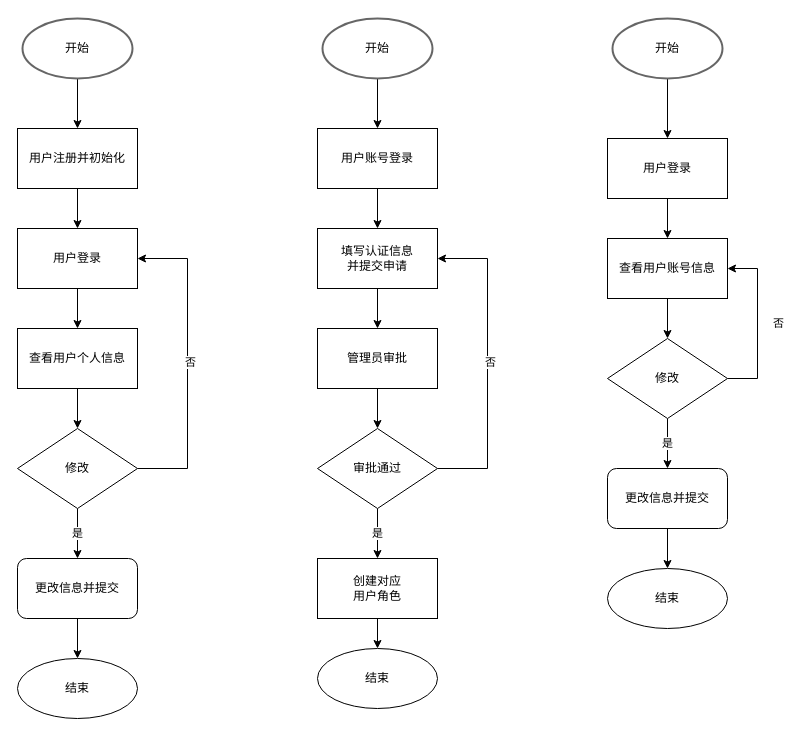
Above: user_manager_fc.drawio in JohnnyLin12/GJR_BBS (draw.io), before the change. Source tidied: cells renumbered, new cells numbered last; positions are measured from the earlier drawing's top-left corner, leaving out a move shared by most shapes. Both pictures are drawn from the tidied source at 100%, with x=0, y=0 at pixel (17, 18).
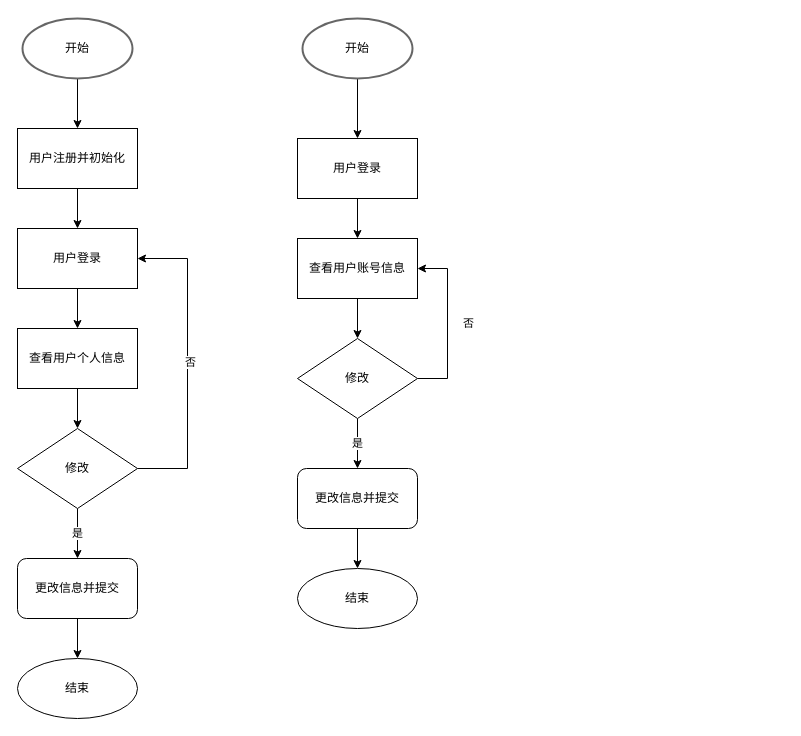
After the change.

The edit, as a diff of the source:
```diff
@@
-    <mxCell id="2" style="edgeStyle=orthogonalEdgeStyle;rounded=0;jettySize=auto;html=1;" parent="1" edge="1" source="3" target="5">
-      <mxGeometry relative="1" as="geometry" />
-    </mxCell>
-    <mxCell id="3" value="用户账号登录" style="whiteSpace=wrap;html=1;rounded=0;glass=0;strokeWidth=1;shadow=0;" parent="1" vertex="1">
-      <mxGeometry x="300" y="110" width="120" height="60" as="geometry" />
-    </mxCell>
-    <mxCell id="4" style="edgeStyle=orthogonalEdgeStyle;rounded=0;jettySize=auto;html=1;" parent="1" edge="1" source="5" target="7">
-      <mxGeometry relative="1" as="geometry" />
-    </mxCell>
-    <mxCell id="5" value="填写认证信息&lt;br&gt;并提交申请" style="whiteSpace=wrap;html=1;rounded=0;glass=0;strokeWidth=1;shadow=0;" parent="1" vertex="1">
-      <mxGeometry x="300" y="210" width="120" height="60" as="geometry" />
-    </mxCell>
-    <mxCell id="6" style="edgeStyle=orthogonalEdgeStyle;rounded=0;jettySize=auto;html=1;" parent="1" edge="1" source="7" target="11">
-      <mxGeometry relative="1" as="geometry" />
-    </mxCell>
-    <mxCell id="7" value="管理员审批" style="whiteSpace=wrap;html=1;rounded=0;glass=0;strokeWidth=1;shadow=0;" parent="1" vertex="1">
-      <mxGeometry x="300" y="310" width="120" height="60" as="geometry" />
-    </mxCell>
-    <mxCell id="8" value="是" style="edgeStyle=orthogonalEdgeStyle;rounded=0;jettySize=auto;html=1;" parent="1" edge="1" source="11" target="13">
-      <mxGeometry relative="1" as="geometry" />
-    </mxCell>
-    <mxCell id="9" style="edgeStyle=orthogonalEdgeStyle;rounded=0;jettySize=auto;html=1;entryX=1;entryY=0.5;entryDx=0;entryDy=0;" parent="1" edge="1" source="11" target="5">
-      <mxGeometry relative="1" as="geometry">
-        <Array as="points">
-          <mxPoint x="470" y="450" />
-          <mxPoint x="470" y="240" />
-        </Array>
-      </mxGeometry>
-    </mxCell>
-    <mxCell id="10" value="否" style="edgeLabel;html=1;align=center;verticalAlign=middle;" parent="9" vertex="1">
-      <mxGeometry x="0.01" y="-2" relative="1" as="geometry" />
-    </mxCell>
-    <mxCell id="11" value="审批通过" style="rhombus;whiteSpace=wrap;html=1;rounded=0;glass=0;strokeWidth=1;shadow=0;" parent="1" vertex="1">
-      <mxGeometry x="300" y="410" width="120" height="80" as="geometry" />
-    </mxCell>
-    <mxCell id="12" style="edgeStyle=orthogonalEdgeStyle;rounded=0;jettySize=auto;html=1;" parent="1" edge="1" source="13" target="14">
-      <mxGeometry relative="1" as="geometry" />
-    </mxCell>
-    <mxCell id="13" value="创建对应&lt;br&gt;用户角色" style="whiteSpace=wrap;html=1;rounded=0;glass=0;strokeWidth=1;shadow=0;" parent="1" vertex="1">
-      <mxGeometry x="300" y="540" width="120" height="60" as="geometry" />
-    </mxCell>
-    <mxCell id="14" value="结束" style="ellipse;whiteSpace=wrap;html=1;rounded=1;glass=0;strokeWidth=1;shadow=0;" parent="1" vertex="1">
-      <mxGeometry x="300" y="630" width="120" height="60" as="geometry" />
-    </mxCell>
@@
-    <mxCell id="28" style="edgeStyle=orthogonalEdgeStyle;rounded=0;jettySize=auto;html=1;" parent="1" edge="1" source="29" target="3">
-      <mxGeometry relative="1" as="geometry" />
-    </mxCell>
-    <mxCell id="29" value="开始" style="strokeWidth=2;html=1;shape=mxgraph.flowchart.start_1;whiteSpace=wrap;strokeColor=#666666;" parent="1" vertex="1">
-      <mxGeometry x="305" width="110" height="60" as="geometry" />
-    </mxCell>
@@
     <mxCell id="33" value="用户登录" style="whiteSpace=wrap;html=1;rounded=0;glass=0;strokeWidth=1;shadow=0;" parent="1" vertex="1">
-      <mxGeometry x="590" y="120" width="120" height="60" as="geometry" />
+      <mxGeometry x="280" y="120" width="120" height="60" as="geometry" />
     </mxCell>
@@
     <mxCell id="35" value="查看用户账号信息" style="whiteSpace=wrap;html=1;rounded=0;glass=0;strokeWidth=1;shadow=0;" parent="1" vertex="1">
-      <mxGeometry x="590" y="220" width="120" height="60" as="geometry" />
+      <mxGeometry x="280" y="220" width="120" height="60" as="geometry" />
     </mxCell>
@@
     <mxCell id="37" style="edgeStyle=orthogonalEdgeStyle;rounded=0;jettySize=auto;html=1;entryX=1;entryY=0.5;entryDx=0;entryDy=0;" parent="1" edge="1" source="39" target="35">
       <mxGeometry relative="1" as="geometry">
         <Array as="points">
-          <mxPoint x="740" y="360" />
-          <mxPoint x="740" y="250" />
+          <mxPoint x="430" y="360" />
+          <mxPoint x="430" y="250" />
         </Array>
       </mxGeometry>
     </mxCell>
@@
     <mxCell id="39" value="修改" style="rhombus;whiteSpace=wrap;html=1;rounded=0;glass=0;strokeWidth=1;shadow=0;" parent="1" vertex="1">
-      <mxGeometry x="590" y="320" width="120" height="80" as="geometry" />
+      <mxGeometry x="280" y="320" width="120" height="80" as="geometry" />
     </mxCell>
@@
     <mxCell id="41" value="更改信息并提交" style="whiteSpace=wrap;html=1;rounded=1;glass=0;strokeWidth=1;shadow=0;" parent="1" vertex="1">
-      <mxGeometry x="590" y="450" width="120" height="60" as="geometry" />
+      <mxGeometry x="280" y="450" width="120" height="60" as="geometry" />
     </mxCell>
     <mxCell id="42" value="结束" style="ellipse;whiteSpace=wrap;html=1;rounded=1;glass=0;strokeWidth=1;shadow=0;" parent="1" vertex="1">
-      <mxGeometry x="590" y="550" width="120" height="60" as="geometry" />
+      <mxGeometry x="280" y="550" width="120" height="60" as="geometry" />
     </mxCell>
@@
     <mxCell id="44" value="开始" style="strokeWidth=2;html=1;shape=mxgraph.flowchart.start_1;whiteSpace=wrap;strokeColor=#666666;" parent="1" vertex="1">
-      <mxGeometry x="595" width="110" height="60" as="geometry" />
+      <mxGeometry x="285" width="110" height="60" as="geometry" />
     </mxCell>
```
